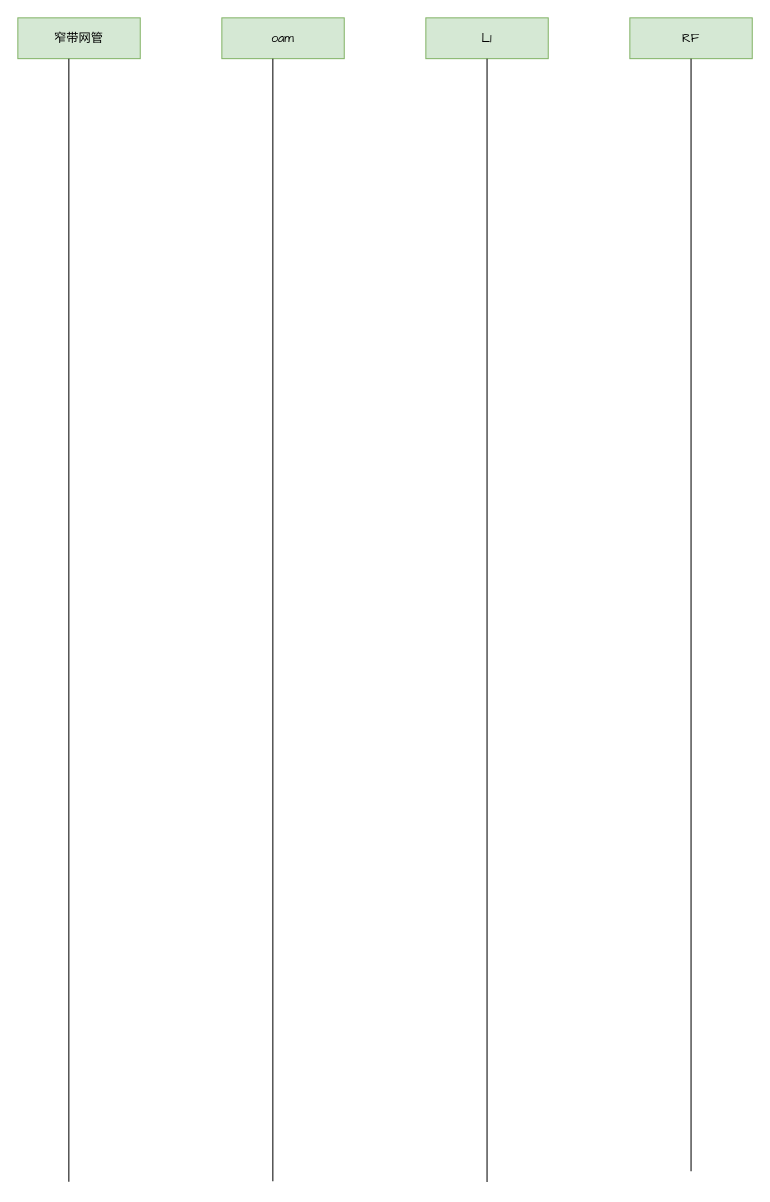
Earlier version of the draw.io diagram page "oam" (16 of 16) of test.drawio (lijin-coder/picture). Source tidied: cells renumbered, new cells numbered last; positions are measured from the earlier drawing's top-left corner, leaving out a move shared by most shapes. Both pictures are drawn from the tidied source at 102%, with x=0, y=0 at pixel (17, 17).
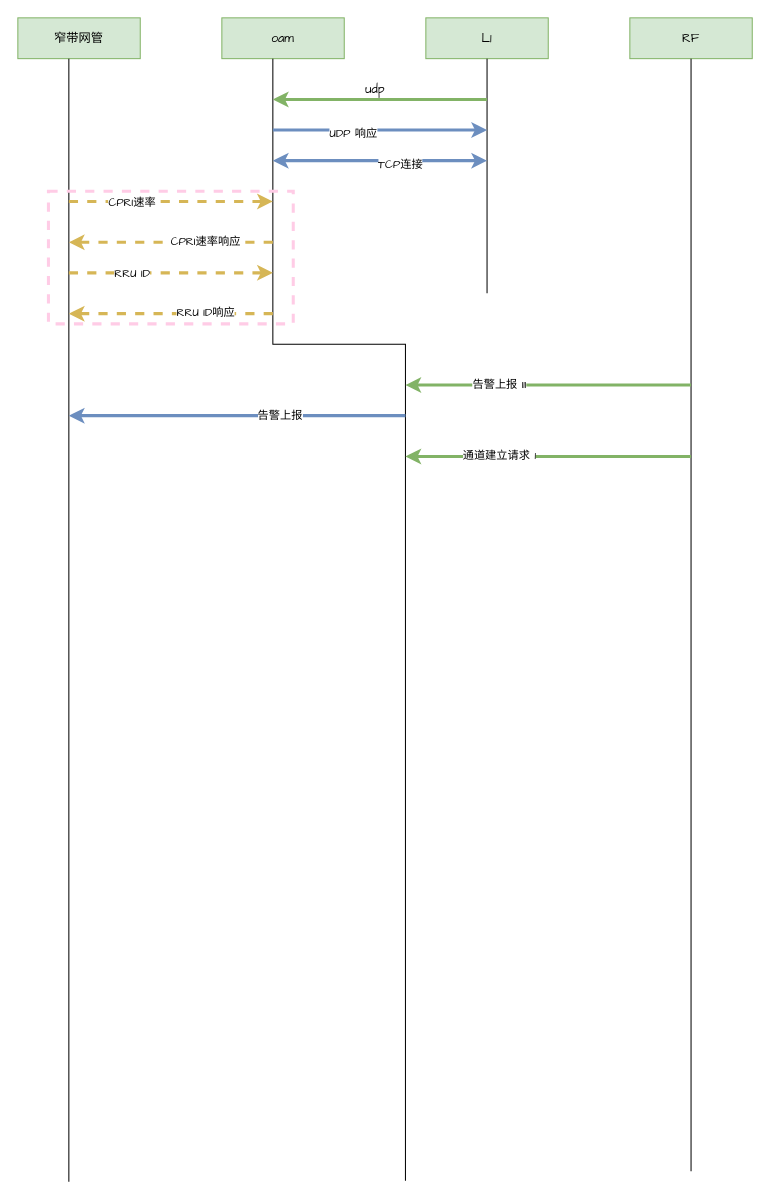
After the change.

The change refers to these unchanged cells:
```xml
<mxCell id="4" value="&lt;font face=&quot;Comic Sans MS&quot;&gt;L1&lt;/font&gt;" style="rounded=0;whiteSpace=wrap;html=1;fillColor=#d5e8d4;strokeColor=#82b366;" parent="1" vertex="1">
  <mxGeometry x="400" width="120" height="40" as="geometry" />
</mxCell>
```

What changed in the source:
```diff
@@
     <mxCell id="7" style="endArrow=none;html=1;rounded=0;fontFamily=Comic Sans MS;" parent="1" edge="1">
       <mxGeometry relative="1" as="geometry">
-        <mxPoint x="250" y="1140.7" as="sourcePoint" />
+        <mxPoint x="380" y="1140" as="sourcePoint" />
         <mxPoint x="250" y="40" as="targetPoint" />
+        <Array as="points">
+          <mxPoint x="380" y="320" />
+          <mxPoint x="250" y="320" />
+        </Array>
       </mxGeometry>
     </mxCell>
     <mxCell id="8" style="endArrow=none;html=1;rounded=0;fontFamily=Comic Sans MS;entryX=0.5;entryY=1;entryDx=0;entryDy=0;" parent="1" edge="1" target="4">
       <mxGeometry relative="1" as="geometry">
-        <mxPoint x="460" y="1141.4" as="sourcePoint" />
+        <mxPoint x="460" y="270" as="sourcePoint" />
       </mxGeometry>
     </mxCell>
@@
+    <mxCell id="10" style="endArrow=classic;html=1;rounded=0;fillColor=#d5e8d4;strokeColor=#82b366;strokeWidth=3;" parent="1" edge="1">
+      <mxGeometry relative="1" as="geometry">
+        <mxPoint x="460" y="80" as="sourcePoint" />
+        <mxPoint x="250" y="80" as="targetPoint" />
+      </mxGeometry>
+    </mxCell>
+    <mxCell id="11" value="&lt;font face=&quot;Comic Sans MS&quot;&gt;udp&lt;/font&gt;" style="text;html=1;align=center;verticalAlign=middle;strokeColor=none;fillColor=none;" parent="1" vertex="1">
+      <mxGeometry x="330" y="60" width="40" height="20" as="geometry" />
+    </mxCell>
+    <mxCell id="12" style="endArrow=classic;startArrow=classic;html=1;rounded=0;fontFamily=Comic Sans MS;strokeWidth=3;fillColor=#dae8fc;strokeColor=#6c8ebf;" parent="1" edge="1">
+      <mxGeometry relative="1" as="geometry">
+        <mxPoint x="250" y="140" as="sourcePoint" />
+        <mxPoint x="460" y="140" as="targetPoint" />
+      </mxGeometry>
+    </mxCell>
+    <mxCell id="13" value="TCP连接" style="edgeLabel;html=1;align=center;verticalAlign=middle;fontFamily=Comic Sans MS;" parent="12" vertex="1">
+      <mxGeometry x="0.18" y="-3" relative="1" as="geometry" />
+    </mxCell>
+    <mxCell id="14" style="endArrow=classic;html=1;rounded=0;fontFamily=Comic Sans MS;strokeWidth=3;fillColor=#dae8fc;strokeColor=#6c8ebf;" parent="1" edge="1">
+      <mxGeometry relative="1" as="geometry">
+        <mxPoint x="250" y="110" as="sourcePoint" />
+        <mxPoint x="460" y="110" as="targetPoint" />
+      </mxGeometry>
+    </mxCell>
+    <mxCell id="15" value="UDP&amp;nbsp;响应" style="edgeLabel;html=1;align=center;verticalAlign=middle;fontFamily=Comic Sans MS;" parent="14" vertex="1">
+      <mxGeometry x="-0.26" y="-2" relative="1" as="geometry" />
+    </mxCell>
+    <mxCell id="16" style="endArrow=classic;html=1;rounded=0;fontFamily=Comic Sans MS;strokeWidth=3;strokeColor=#d6b656;dashed=1;fillColor=#fff2cc;" parent="1" edge="1">
+      <mxGeometry relative="1" as="geometry">
+        <mxPoint x="50" y="180" as="sourcePoint" />
+        <mxPoint x="250" y="180" as="targetPoint" />
+      </mxGeometry>
+    </mxCell>
+    <mxCell id="17" value="CPRI速率" style="edgeLabel;html=1;align=center;verticalAlign=middle;fontFamily=Comic Sans MS;" parent="16" vertex="1">
+      <mxGeometry x="-0.39" relative="1" as="geometry" />
+    </mxCell>
+    <mxCell id="18" style="endArrow=classic;html=1;rounded=0;fontFamily=Comic Sans MS;strokeWidth=3;strokeColor=#d6b656;dashed=1;fillColor=#fff2cc;" parent="1" edge="1">
+      <mxGeometry relative="1" as="geometry">
+        <mxPoint x="250" y="220" as="sourcePoint" />
+        <mxPoint x="50" y="220" as="targetPoint" />
+      </mxGeometry>
+    </mxCell>
+    <mxCell id="19" value="CPRI速率响应" style="edgeLabel;html=1;align=center;verticalAlign=middle;fontFamily=Comic Sans MS;" parent="18" vertex="1">
+      <mxGeometry x="-0.33" y="-2" relative="1" as="geometry" />
+    </mxCell>
+    <mxCell id="20" style="endArrow=classic;html=1;rounded=0;fontFamily=Comic Sans MS;strokeWidth=3;strokeColor=#d6b656;dashed=1;fillColor=#fff2cc;" parent="1" edge="1">
+      <mxGeometry relative="1" as="geometry">
+        <mxPoint x="50" y="250" as="sourcePoint" />
+        <mxPoint x="250" y="250" as="targetPoint" />
+      </mxGeometry>
+    </mxCell>
+    <mxCell id="21" value="RRU ID" style="edgeLabel;html=1;align=center;verticalAlign=middle;fontFamily=Comic Sans MS;" parent="20" vertex="1">
+      <mxGeometry x="-0.39" relative="1" as="geometry" />
+    </mxCell>
+    <mxCell id="22" style="endArrow=classic;html=1;rounded=0;fontFamily=Comic Sans MS;strokeWidth=3;strokeColor=#d6b656;dashed=1;fillColor=#fff2cc;" parent="1" edge="1">
+      <mxGeometry relative="1" as="geometry">
+        <mxPoint x="250" y="290" as="sourcePoint" />
+        <mxPoint x="50" y="290" as="targetPoint" />
+      </mxGeometry>
+    </mxCell>
+    <mxCell id="23" value="RRU ID响应" style="edgeLabel;html=1;align=center;verticalAlign=middle;fontFamily=Comic Sans MS;" parent="22" vertex="1">
+      <mxGeometry x="-0.33" y="-2" relative="1" as="geometry" />
+    </mxCell>
+    <mxCell id="24" style="rounded=0;whiteSpace=wrap;html=1;fontFamily=Comic Sans MS;fillColor=none;dashed=1;strokeColor=#FFCCE6;strokeWidth=3;" parent="1" vertex="1">
+      <mxGeometry x="30" y="170" width="240" height="130" as="geometry" />
+    </mxCell>
+    <mxCell id="25" style="endArrow=classic;html=1;rounded=0;fontFamily=Comic Sans MS;strokeWidth=3;fillColor=#d5e8d4;strokeColor=#82b366;" parent="1" edge="1">
+      <mxGeometry relative="1" as="geometry">
+        <mxPoint x="660" y="360" as="sourcePoint" />
+        <mxPoint x="380" y="360" as="targetPoint" />
+      </mxGeometry>
+    </mxCell>
+    <mxCell id="26" value="告警上报 111" style="edgeLabel;html=1;align=center;verticalAlign=middle;fontFamily=Comic Sans MS;" parent="25" vertex="1">
+      <mxGeometry x="0.35" y="-2" relative="1" as="geometry" />
+    </mxCell>
+    <mxCell id="27" style="endArrow=classic;html=1;rounded=0;fontFamily=Comic Sans MS;strokeWidth=3;fillColor=#dae8fc;strokeColor=#6c8ebf;" parent="1" edge="1">
+      <mxGeometry relative="1" as="geometry">
+        <mxPoint x="380" y="390" as="sourcePoint" />
+        <mxPoint x="50" y="390" as="targetPoint" />
+      </mxGeometry>
+    </mxCell>
+    <mxCell id="28" value="告警上报" style="edgeLabel;html=1;align=center;verticalAlign=middle;fontFamily=Comic Sans MS;" parent="27" vertex="1">
+      <mxGeometry x="-0.25" y="-1" relative="1" as="geometry" />
+    </mxCell>
+    <mxCell id="29" style="endArrow=classic;html=1;rounded=0;fontFamily=Comic Sans MS;strokeWidth=3;fillColor=#d5e8d4;strokeColor=#82b366;" parent="1" edge="1">
+      <mxGeometry relative="1" as="geometry">
+        <mxPoint x="660" y="430" as="sourcePoint" />
+        <mxPoint x="380" y="430" as="targetPoint" />
+      </mxGeometry>
+    </mxCell>
+    <mxCell id="30" value="通道建立请求 1" style="edgeLabel;html=1;align=center;verticalAlign=middle;fontFamily=Comic Sans MS;" parent="29" vertex="1">
+      <mxGeometry x="0.35" y="-2" relative="1" as="geometry" />
+    </mxCell>
```
